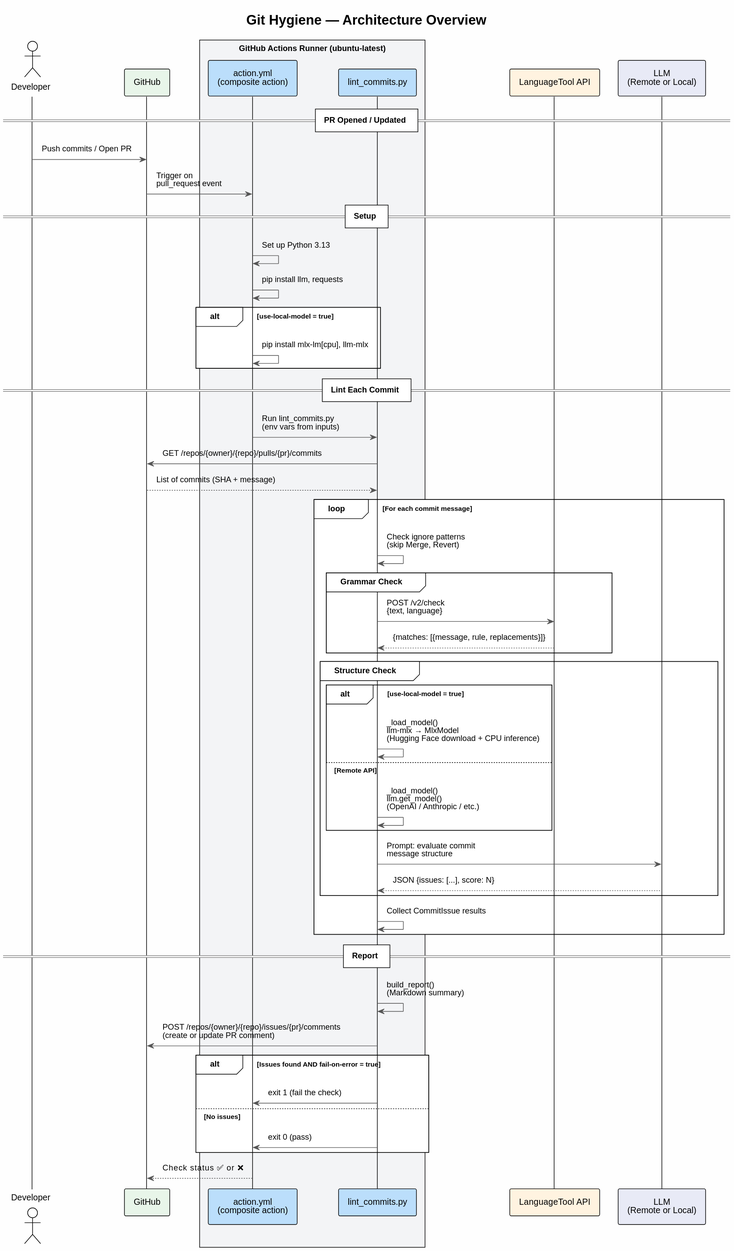
iwillig/git-hygiene keeps this PlantUML diagram as docs/architecture.svg. Above is the earlier version.
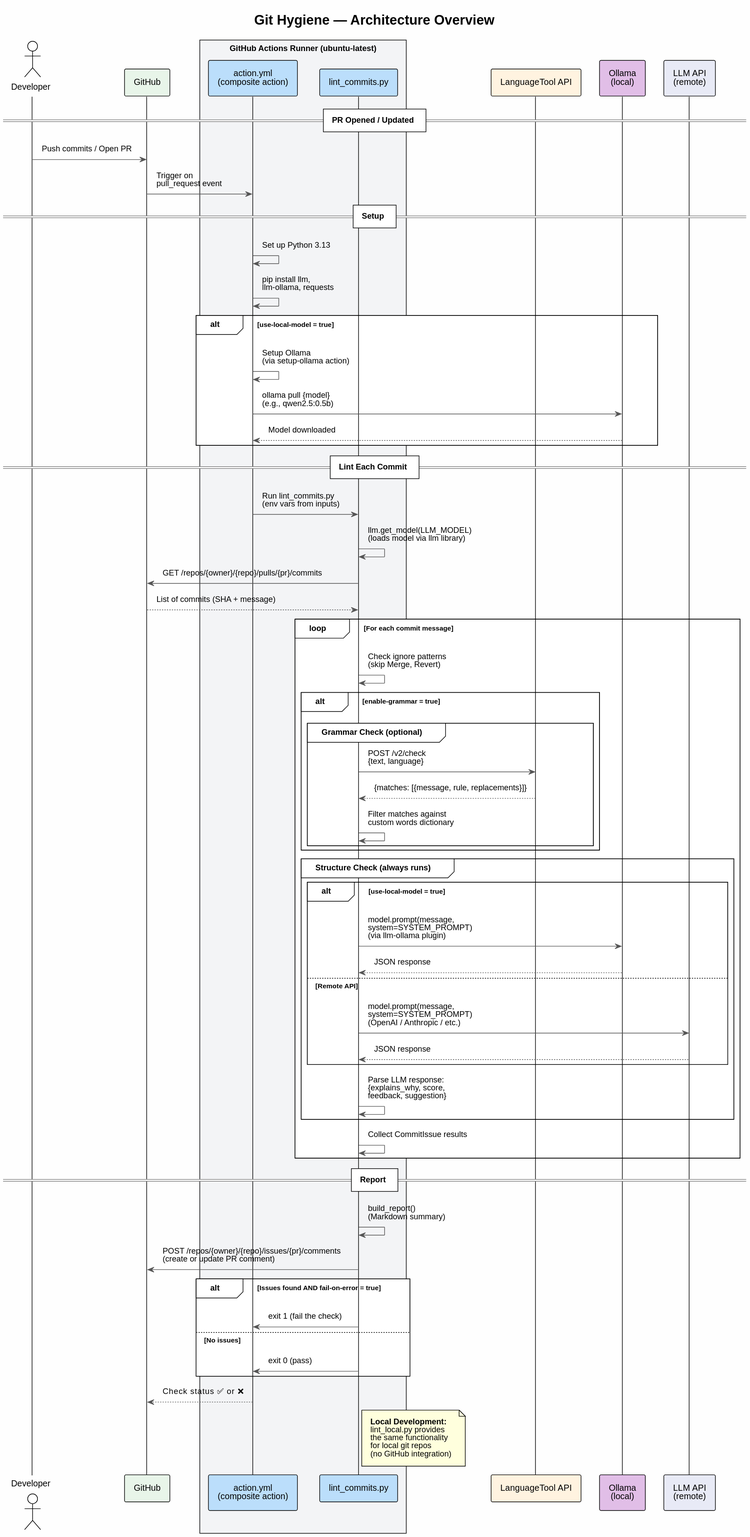
Above is the later version.

Commit message:
Allow a loser definition of what a good git message means

What changed in the source:
```diff
@@ -16,7 +16,8 @@
   participant "lint_commits.py" as linter #BBDEFB
 end box
 participant "LanguageTool API" as lt #FFF3E0
-participant "LLM\n(Remote or Local)" as llm_svc #E8EAF6
+participant "Ollama\n(local)" as ollama #E1BEE7
+participant "LLM API\n(remote)" as llm_remote #E8EAF6
 
 == PR Opened / Updated ==
 
@@ -26,33 +27,40 @@
 == Setup ==
 
 action -> action : Set up Python 3.13
-action -> action : pip install llm, requests
+action -> action : pip install llm,\nllm-ollama, requests
 alt use-local-model = true
-  action -> action : pip install mlx-lm[cpu], llm-mlx
+  action -> action : Setup Ollama\n(via setup-ollama action)
+  action -> ollama : ollama pull {model}\n(e.g., qwen2.5:0.5b)
+  ollama --> action : Model downloaded
 end
 
 == Lint Each Commit ==
 
 action -> linter : Run lint_commits.py\n(env vars from inputs)
+linter -> linter : llm.get_model(LLM_MODEL)\n(loads model via llm library)
 linter -> gh : GET /repos/{owner}/{repo}/pulls/{pr}/commits
 gh --> linter : List of commits (SHA + message)
 
 loop For each commit message
   linter -> linter : Check ignore patterns\n(skip Merge, Revert)
 
-  group Grammar Check
-    linter -> lt : POST /v2/check\n{text, language}
-    lt --> linter : {matches: [{message, rule, replacements}]}
+  alt enable-grammar = true
+    group Grammar Check (optional)
+      linter -> lt : POST /v2/check\n{text, language}
+      lt --> linter : {matches: [{message, rule, replacements}]}
+      linter -> linter : Filter matches against\ncustom words dictionary
+    end
   end
 
-  group Structure Check
+  group Structure Check (always runs)
     alt use-local-model = true
-      linter -> linter : _load_model()\nllm-mlx → MlxModel\n(Hugging Face download + CPU inference)
+      linter -> ollama : model.prompt(message,\nsystem=SYSTEM_PROMPT)\n(via llm-ollama plugin)
+      ollama --> linter : JSON response
     else Remote API
-      linter -> linter : _load_model()\nllm.get_model()\n(OpenAI / Anthropic / etc.)
+      linter -> llm_remote : model.prompt(message,\nsystem=SYSTEM_PROMPT)\n(OpenAI / Anthropic / etc.)
+      llm_remote --> linter : JSON response
     end
-    linter -> llm_svc : Prompt: evaluate commit\nmessage structure
-    llm_svc --> linter : JSON {issues: [...], score: N}
+    linter -> linter : Parse LLM response:\n{explains_why, score,\nfeedback, suggestion}
   end
 
   linter -> linter : Collect CommitIssue results
@@ -70,4 +78,12 @@
 end
 
 action --> gh : Check status ✅ or ❌
+
+note right of linter
+  **Local Development:**
+  lint_local.py provides
+  the same functionality
+  for local git repos
+  (no GitHub integration)
+end note
 @enduml
```
